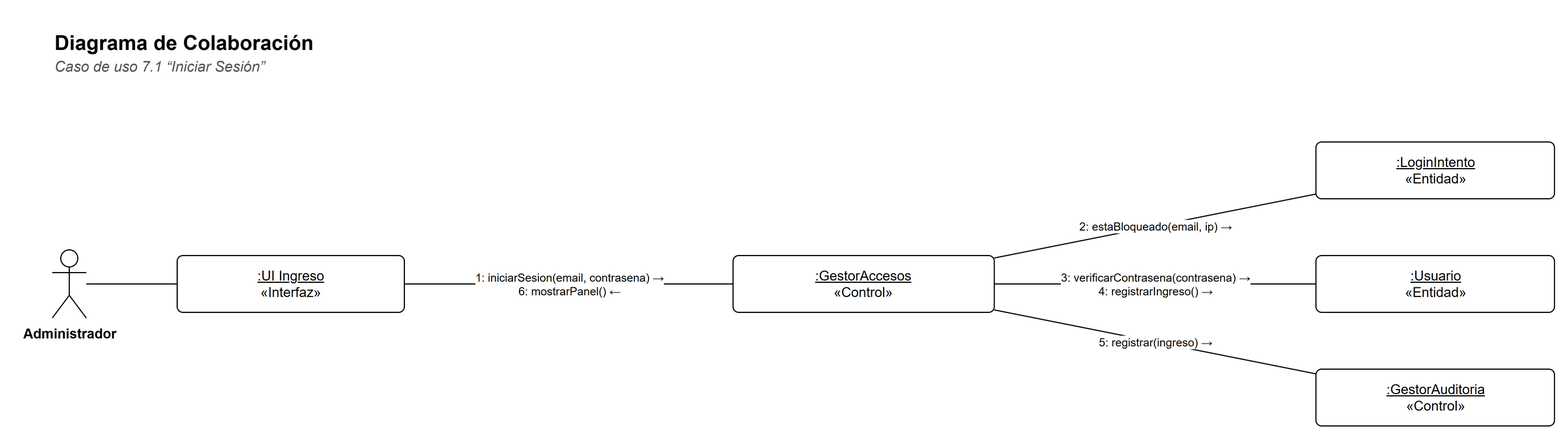
This is docs/diagramas/colaboracion-7-1.png from Matiglorioso/kineturnos, a draw.io export, as it was before one commit. Source tidied: cells renumbered, new cells last; positions are measured from the earlier drawing's top-left corner, leaving out a move shared by most shapes.
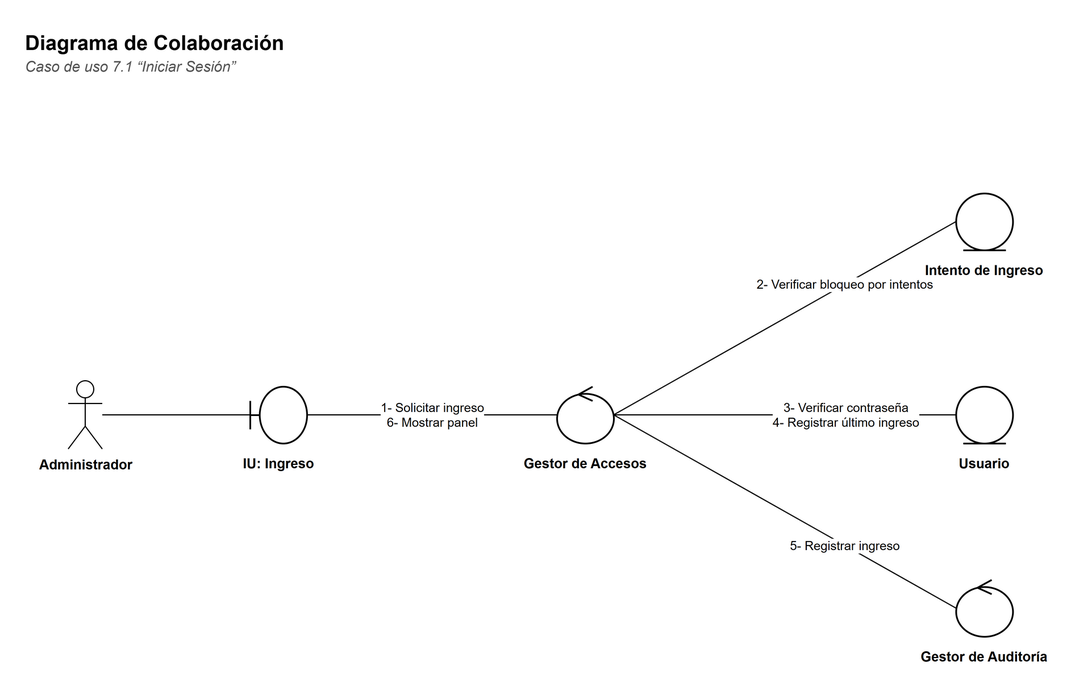
Later version of the same file.

The edit, as a diff of the source:
```diff
@@ -9,37 +9,52 @@
       <mxGeometry y="24" width="900" height="20" as="geometry" />
     </mxCell>
     <mxCell id="4" value="Administrador" style="shape=umlActor;verticalLabelPosition=bottom;verticalAlign=top;html=1;outlineConnect=0;fillColor=#FFFFFF;strokeColor=#000000;fontFamily=Helvetica;fontSize=12;fontStyle=1;" parent="1" vertex="1">
-      <mxGeometry y="200" width="30" height="60" as="geometry" />
+      <mxGeometry x="40" y="315" width="30" height="60" as="geometry" />
     </mxCell>
-    <mxCell id="5" value="&lt;u&gt;:UI Ingreso&lt;/u&gt;&lt;br&gt;«Interfaz»" style="rounded=0;whiteSpace=wrap;html=1;fillColor=#FFFFFF;strokeColor=#000000;fontFamily=Helvetica;fontSize=12;rounded=1;arcSize=10;" parent="1" vertex="1">
-      <mxGeometry x="110" y="205" width="200" height="50" as="geometry" />
+    <mxCell id="5" style="shape=umlBoundary;html=1;fillColor=#FFFFFF;strokeColor=#000000;strokeWidth=1.5;" parent="1" vertex="1">
+      <mxGeometry x="200" y="320" width="50" height="50" as="geometry" />
     </mxCell>
-    <mxCell id="6" value="&lt;u&gt;:GestorAccesos&lt;/u&gt;&lt;br&gt;«Control»" style="rounded=0;whiteSpace=wrap;html=1;fillColor=#FFFFFF;strokeColor=#000000;fontFamily=Helvetica;fontSize=12;rounded=1;arcSize=10;" parent="1" vertex="1">
-      <mxGeometry x="599.4" y="205" width="230" height="50" as="geometry" />
+    <mxCell id="6" value="&lt;b&gt;IU: Ingreso&lt;/b&gt;" style="text;html=1;strokeColor=none;fillColor=none;align=left;verticalAlign=top;whiteSpace=wrap;fontFamily=Helvetica;align=center;fontSize=12;" parent="1" vertex="1">
+      <mxGeometry x="160" y="374" width="130" height="40" as="geometry" />
     </mxCell>
-    <mxCell id="7" value="&lt;u&gt;:LoginIntento&lt;/u&gt;&lt;br&gt;«Entidad»" style="rounded=0;whiteSpace=wrap;html=1;fillColor=#FFFFFF;strokeColor=#000000;fontFamily=Helvetica;fontSize=12;rounded=1;arcSize=10;" parent="1" vertex="1">
-      <mxGeometry x="1112.6" y="105" width="210" height="50" as="geometry" />
+    <mxCell id="7" style="shape=umlControl;html=1;fillColor=#FFFFFF;strokeColor=#000000;strokeWidth=1.5;" parent="1" vertex="1">
+      <mxGeometry x="470" y="320" width="50" height="50" as="geometry" />
     </mxCell>
-    <mxCell id="8" value="&lt;u&gt;:Usuario&lt;/u&gt;&lt;br&gt;«Entidad»" style="rounded=0;whiteSpace=wrap;html=1;fillColor=#FFFFFF;strokeColor=#000000;fontFamily=Helvetica;fontSize=12;rounded=1;arcSize=10;" parent="1" vertex="1">
-      <mxGeometry x="1112.6" y="205" width="210" height="50" as="geometry" />
+    <mxCell id="8" value="&lt;b&gt;Gestor de Accesos&lt;/b&gt;" style="text;html=1;strokeColor=none;fillColor=none;align=left;verticalAlign=top;whiteSpace=wrap;fontFamily=Helvetica;align=center;fontSize=12;" parent="1" vertex="1">
+      <mxGeometry x="430" y="374" width="130" height="40" as="geometry" />
     </mxCell>
-    <mxCell id="9" value="&lt;u&gt;:GestorAuditoria&lt;/u&gt;&lt;br&gt;«Control»" style="rounded=0;whiteSpace=wrap;html=1;fillColor=#FFFFFF;strokeColor=#000000;fontFamily=Helvetica;fontSize=12;rounded=1;arcSize=10;" parent="1" vertex="1">
-      <mxGeometry x="1112.6" y="305" width="210" height="50" as="geometry" />
+    <mxCell id="9" style="shape=umlEntity;html=1;fillColor=#FFFFFF;strokeColor=#000000;strokeWidth=1.5;" parent="1" vertex="1">
+      <mxGeometry x="821.2" y="150" width="50" height="50" as="geometry" />
     </mxCell>
-    <mxCell id="10" style="edgeStyle=none;html=1;endArrow=none;endFill=0;strokeColor=#000000;fontFamily=Helvetica;fontSize=11;labelBackgroundColor=#FFFFFF;" parent="1" edge="1" source="4" target="5">
-      <mxGeometry relative="1" as="geometry" />
+    <mxCell id="10" value="&lt;b&gt;Intento de Ingreso&lt;/b&gt;" style="text;html=1;strokeColor=none;fillColor=none;align=left;verticalAlign=top;whiteSpace=wrap;fontFamily=Helvetica;align=center;fontSize=12;" parent="1" vertex="1">
+      <mxGeometry x="781.2" y="204" width="130" height="40" as="geometry" />
     </mxCell>
-    <mxCell id="11" value="1: iniciarSesion(email, contrasena) →&lt;br&gt;6: mostrarPanel() ←" style="edgeStyle=none;html=1;endArrow=none;endFill=0;strokeColor=#000000;fontFamily=Helvetica;fontSize=11;labelBackgroundColor=#FFFFFF;fontSize=10;" parent="1" edge="1" source="6" target="5">
-      <mxGeometry relative="1" as="geometry" />
+    <mxCell id="11" style="shape=umlEntity;html=1;fillColor=#FFFFFF;strokeColor=#000000;strokeWidth=1.5;" parent="1" vertex="1">
+      <mxGeometry x="821.2" y="320" width="50" height="50" as="geometry" />
     </mxCell>
-    <mxCell id="12" value="2: estaBloqueado(email, ip) →" style="edgeStyle=none;html=1;endArrow=none;endFill=0;strokeColor=#000000;fontFamily=Helvetica;fontSize=11;labelBackgroundColor=#FFFFFF;fontSize=10;" parent="1" edge="1" source="7" target="6">
-      <mxGeometry relative="1" as="geometry" />
+    <mxCell id="12" value="&lt;b&gt;Usuario&lt;/b&gt;" style="text;html=1;strokeColor=none;fillColor=none;align=left;verticalAlign=top;whiteSpace=wrap;fontFamily=Helvetica;align=center;fontSize=12;" parent="1" vertex="1">
+      <mxGeometry x="781.2" y="374" width="130" height="40" as="geometry" />
     </mxCell>
-    <mxCell id="13" value="3: verificarContrasena(contrasena) →&lt;br&gt;4: registrarIngreso() →" style="edgeStyle=none;html=1;endArrow=none;endFill=0;strokeColor=#000000;fontFamily=Helvetica;fontSize=11;labelBackgroundColor=#FFFFFF;fontSize=10;" parent="1" edge="1" source="8" target="6">
-      <mxGeometry relative="1" as="geometry" />
+    <mxCell id="13" style="shape=umlControl;html=1;fillColor=#FFFFFF;strokeColor=#000000;strokeWidth=1.5;" parent="1" vertex="1">
+      <mxGeometry x="821.2" y="490" width="50" height="50" as="geometry" />
     </mxCell>
-    <mxCell id="14" value="5: registrar(ingreso) →" style="edgeStyle=none;html=1;endArrow=none;endFill=0;strokeColor=#000000;fontFamily=Helvetica;fontSize=11;labelBackgroundColor=#FFFFFF;fontSize=10;" parent="1" edge="1" source="9" target="6">
-      <mxGeometry relative="1" as="geometry" />
+    <mxCell id="14" value="&lt;b&gt;Gestor de Auditoría&lt;/b&gt;" style="text;html=1;strokeColor=none;fillColor=none;align=left;verticalAlign=top;whiteSpace=wrap;fontFamily=Helvetica;align=center;fontSize=12;" parent="1" vertex="1">
+      <mxGeometry x="781.2" y="544" width="130" height="40" as="geometry" />
     </mxCell>
+    <mxCell id="15" style="edgeStyle=none;html=1;endArrow=none;endFill=0;strokeColor=#000000;fontFamily=Helvetica;fontSize=11;labelBackgroundColor=#FFFFFF;" parent="1" edge="1" source="4" target="5">
+      <mxGeometry relative="1" as="geometry" />
+    </mxCell>
+    <mxCell id="16" value="1- Solicitar ingreso&lt;br&gt;6- Mostrar panel" style="edgeStyle=none;html=1;endArrow=none;endFill=0;strokeColor=#000000;fontFamily=Helvetica;fontSize=11;labelBackgroundColor=#FFFFFF;fontSize=11;exitX=1;exitY=0.5;exitDx=0;exitDy=0;entryX=0;entryY=0.5;entryDx=0;entryDy=0;" parent="1" edge="1" source="5" target="7">
+      <mxGeometry relative="1" as="geometry" />
+    </mxCell>
+    <mxCell id="17" value="2- Verificar bloqueo por intentos" style="edgeStyle=none;html=1;endArrow=none;endFill=0;strokeColor=#000000;fontFamily=Helvetica;fontSize=11;labelBackgroundColor=#FFFFFF;fontSize=11;exitX=1;exitY=0.5;exitDx=0;exitDy=0;entryX=0;entryY=0.5;entryDx=0;entryDy=0;" parent="1" edge="1" source="7" target="9">
+      <mxGeometry x="0.35" relative="1" as="geometry" />
+    </mxCell>
+    <mxCell id="18" value="3- Verificar contraseña&lt;br&gt;4- Registrar último ingreso" style="edgeStyle=none;html=1;endArrow=none;endFill=0;strokeColor=#000000;fontFamily=Helvetica;fontSize=11;labelBackgroundColor=#FFFFFF;fontSize=11;exitX=1;exitY=0.5;exitDx=0;exitDy=0;entryX=0;entryY=0.5;entryDx=0;entryDy=0;" parent="1" edge="1" source="7" target="11">
+      <mxGeometry x="0.35" relative="1" as="geometry" />
+    </mxCell>
+    <mxCell id="19" value="5- Registrar ingreso" style="edgeStyle=none;html=1;endArrow=none;endFill=0;strokeColor=#000000;fontFamily=Helvetica;fontSize=11;labelBackgroundColor=#FFFFFF;fontSize=11;exitX=1;exitY=0.5;exitDx=0;exitDy=0;entryX=0;entryY=0.5;entryDx=0;entryDy=0;" parent="1" edge="1" source="7" target="13">
+      <mxGeometry x="0.35" relative="1" as="geometry" />
+    </mxCell>
   </root>
 </mxGraphModel>
```
